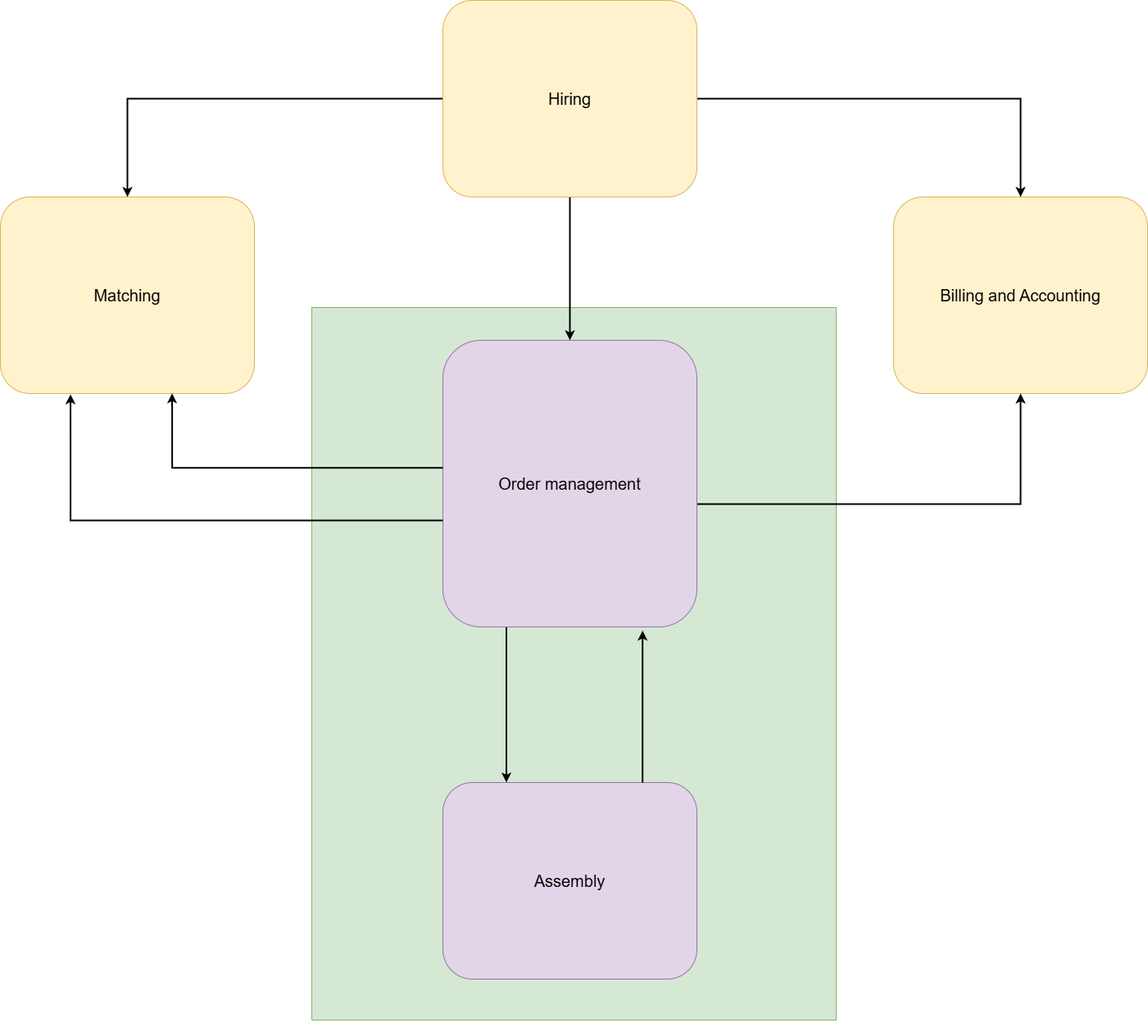
The draw.io diagram hw1/structure.png in panicwassano/sysanalysis-mcf, before a commit. Source tidied: cells renumbered, new cells last; positions are measured from the earlier drawing's top-left corner, leaving out a move shared by most shapes.
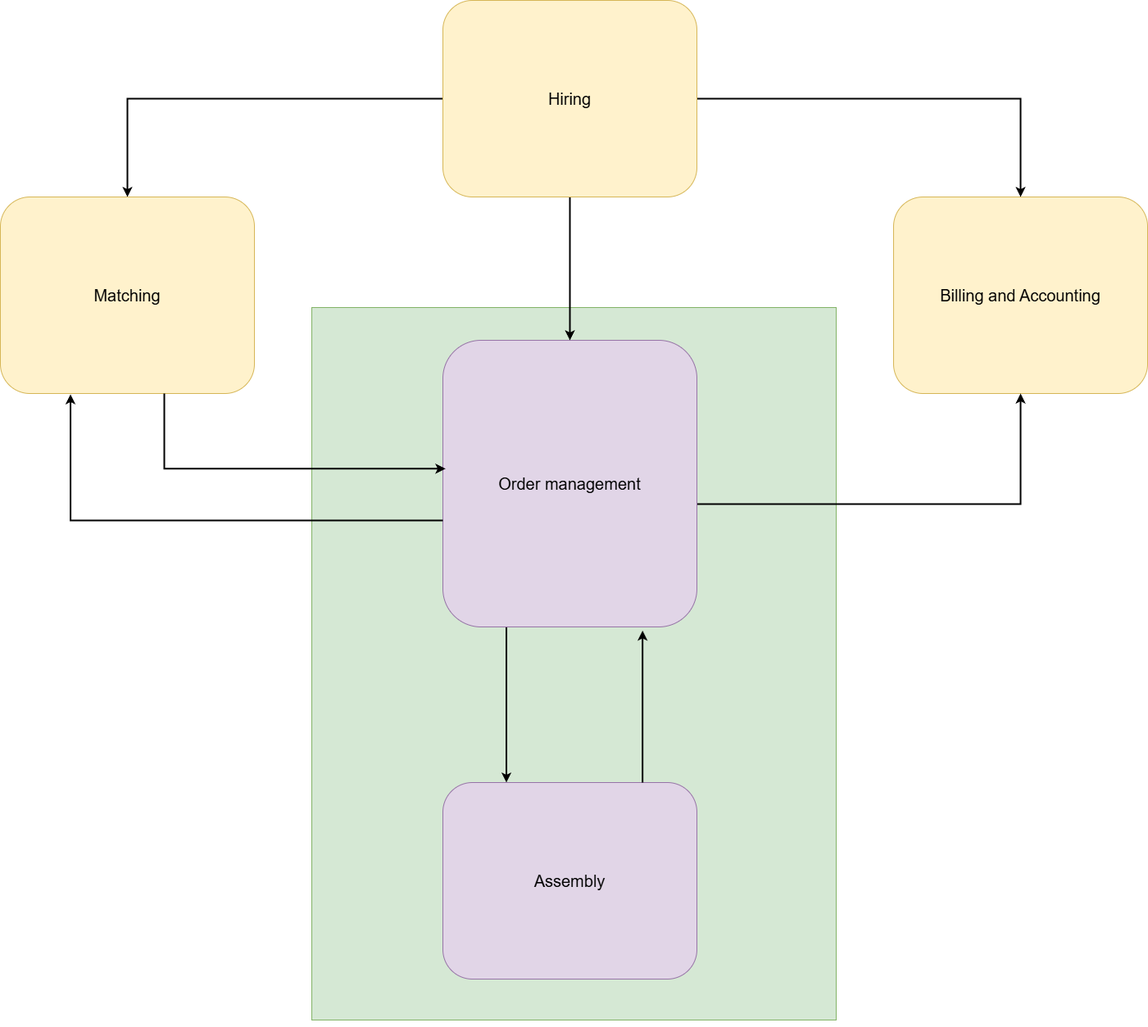
After the commit.

What changed in the source:
```diff
@@ -49,16 +49,15 @@
         </Array>
       </mxGeometry>
     </mxCell>
-    <mxCell id="15" style="edgeStyle=orthogonalEdgeStyle;rounded=0;jettySize=auto;html=1;strokeWidth=2;labelBackgroundColor=none;fontColor=default;entryX=0.676;entryY=0.999;entryDx=0;entryDy=0;entryPerimeter=0;" parent="1" edge="1" target="11">
-      <mxGeometry relative="1" as="geometry">
-        <mxPoint x="540" y="570.7" as="sourcePoint" />
-        <Array as="points">
-          <mxPoint x="210" y="571" />
-        </Array>
-      </mxGeometry>
-    </mxCell>
     <mxCell id="16" style="edgeStyle=orthogonalEdgeStyle;rounded=0;orthogonalLoop=1;jettySize=auto;html=1;exitX=0.5;exitY=1;exitDx=0;exitDy=0;" parent="1" edge="1" source="2" target="2">
       <mxGeometry relative="1" as="geometry" />
     </mxCell>
+    <mxCell id="17" style="edgeStyle=orthogonalEdgeStyle;rounded=0;jettySize=auto;html=1;entryX=0.01;entryY=0.448;entryDx=0;entryDy=0;entryPerimeter=0;strokeWidth=2;" parent="1" edge="1" source="11" target="6">
+      <mxGeometry relative="1" as="geometry">
+        <Array as="points">
+          <mxPoint x="200" y="572" />
+        </Array>
+      </mxGeometry>
+    </mxCell>
   </root>
 </mxGraphModel>
```
